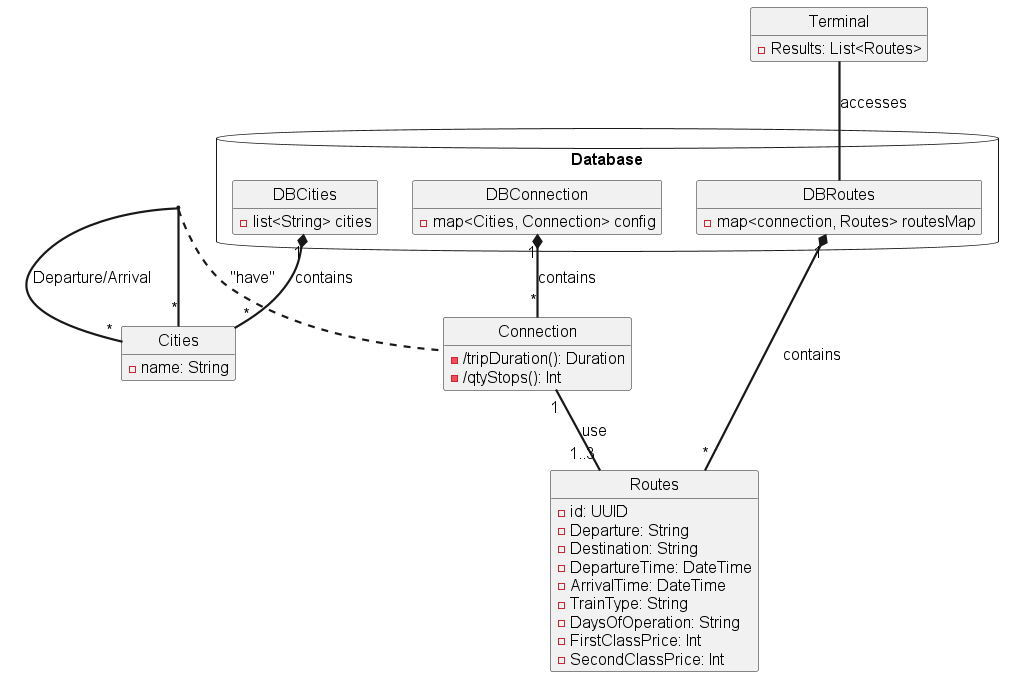
The PlantUML diagram out/docs/domain/Domain Model.png in Cimpo1/SOEN342_2025, before a commit.
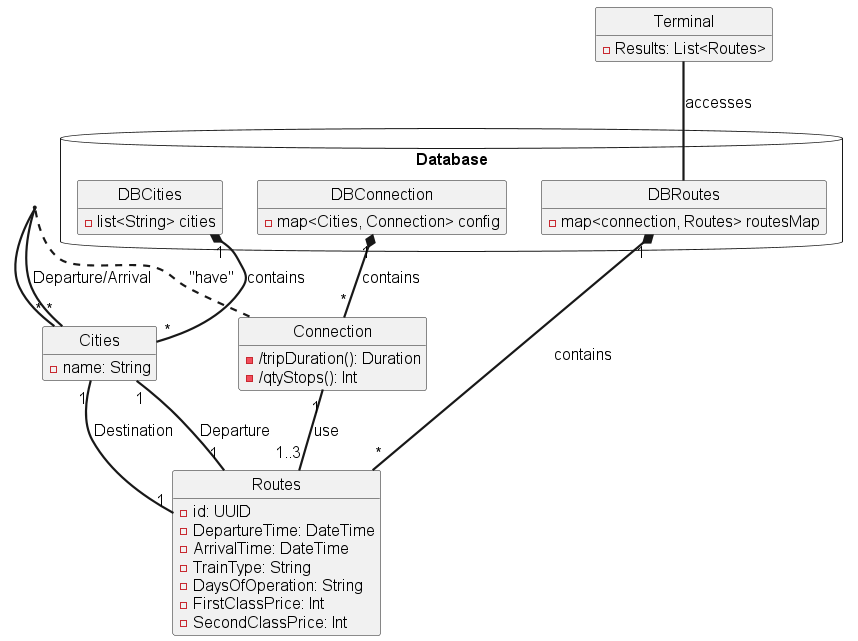
The same file after the commit.

Change to the diagram source:
```diff
@@ -12,8 +12,6 @@
 
 class "Routes" as routes {
     - id: UUID
-    - Departure: String
-    - Destination: String
     - DepartureTime: DateTime
     - ArrivalTime: DateTime
     - TrainType: String
@@ -57,6 +55,9 @@
 
 connection "1" -- "1..3" routes : "use"
 
+cities "1" -- "1" routes : "Departure"
+cities "1" -- "1" routes : "Destination"
+
 
 
 
```
